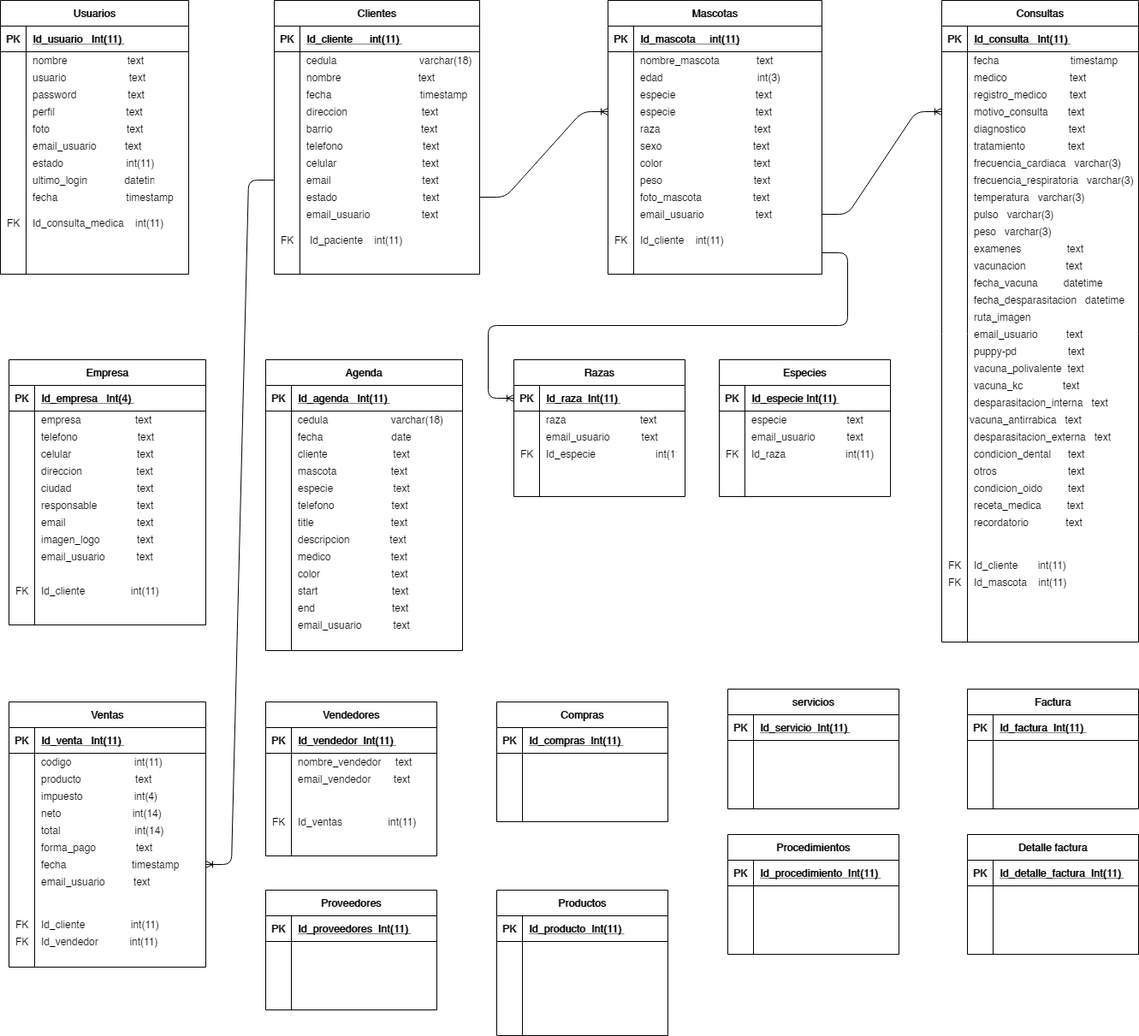
This is Untitled Diagram.png from heberthm/ejemplos-blog, a draw.io export, as it was before one commit. Source tidied: cells renumbered, new cells last; positions are measured from the earlier drawing's top-left corner, leaving out a move shared by most shapes.
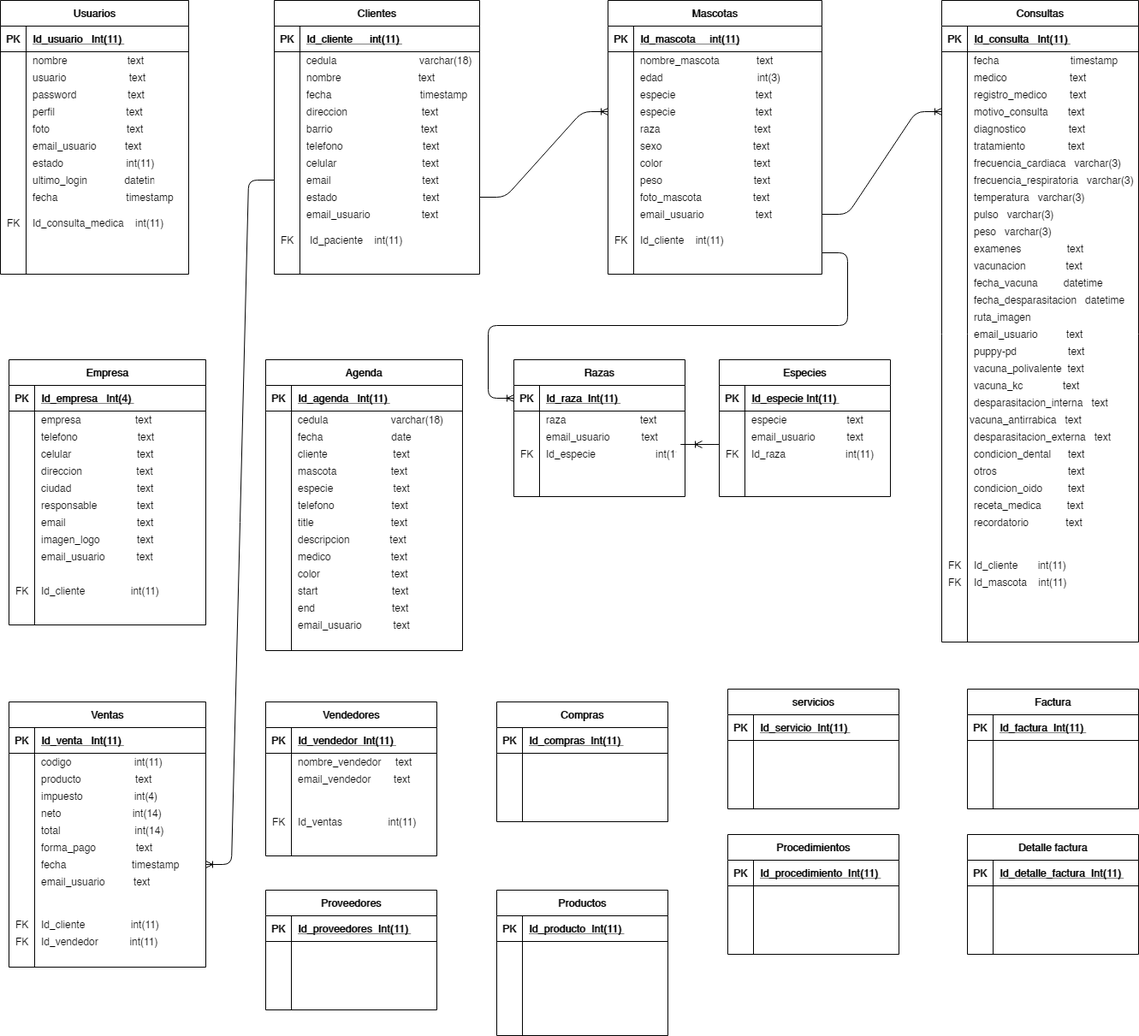
The same diagram one commit later.

The edit, as a diff of the source:
```diff
@@ -952,5 +952,11 @@
     <mxCell id="317" style="edgeStyle=entityRelationEdgeStyle;fontSize=12;html=1;endArrow=ERoneToMany;" parent="1" edge="1" source="86" target="265">
       <mxGeometry relative="1" as="geometry" />
     </mxCell>
+    <mxCell id="318" style="edgeStyle=entityRelationEdgeStyle;fontSize=12;html=1;endArrow=ERoneToMany;" parent="1" edge="1">
+      <mxGeometry relative="1" as="geometry">
+        <mxPoint x="815" y="519" as="sourcePoint" />
+        <mxPoint x="820" y="519" as="targetPoint" />
+      </mxGeometry>
+    </mxCell>
   </root>
 </mxGraphModel>
```
